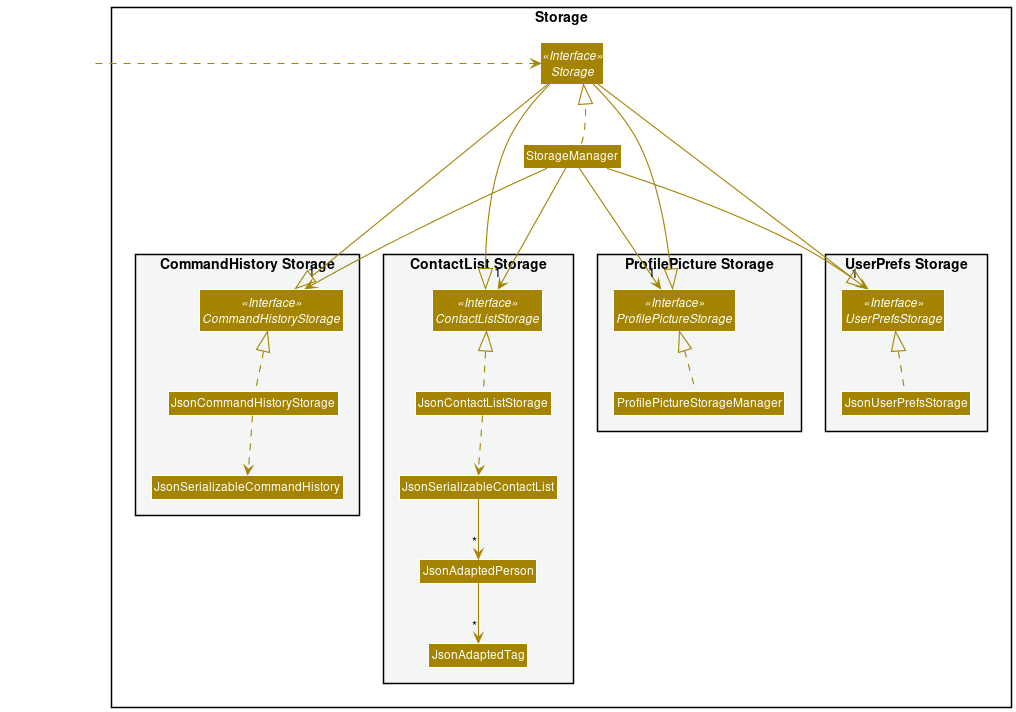
Earlier version of the PlantUML export docs/images/StorageClassDiagram.png (stanley-1/tp).
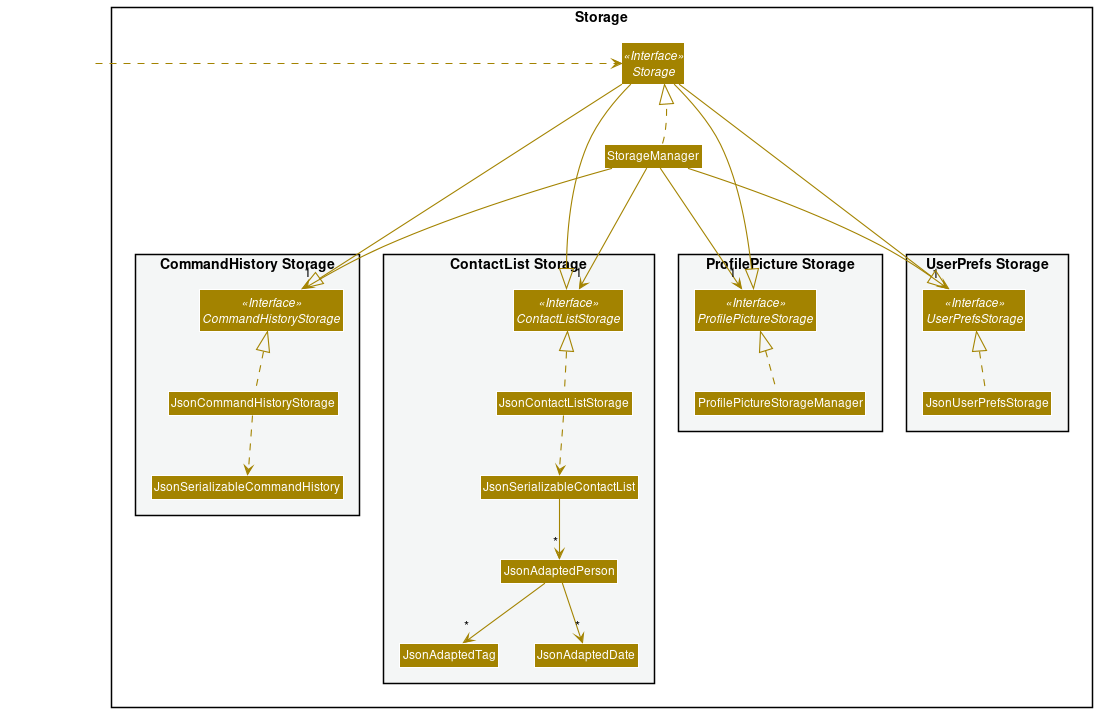
The same file after the commit.

Change to the diagram source:
```diff
@@ -15,6 +15,7 @@
 Class JsonSerializableContactList
 Class JsonAdaptedPerson
 Class JsonAdaptedTag
+Class JsonAdaptedDate
 }
 
 package "CommandHistory Storage" #F4F6F6{
@@ -44,6 +45,7 @@
 JsonContactListStorage .down.> JsonSerializableContactList
 JsonSerializableContactList -down-> "*" JsonAdaptedPerson
 JsonAdaptedPerson -down-> "*" JsonAdaptedTag
+JsonAdaptedPerson -down-> "*" JsonAdaptedDate
 
 JsonUserPrefsStorage .up.|> UserPrefsStorage
 
```
